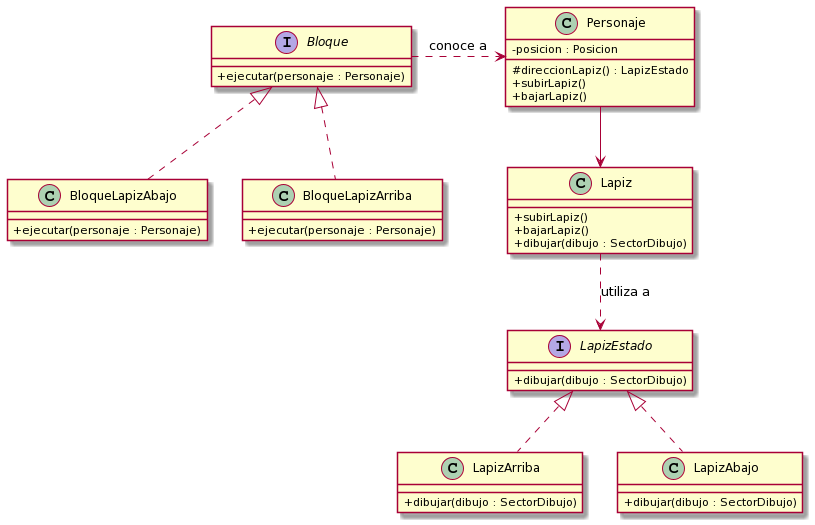
Earlier version of the PlantUML export diagramas_de_clase/entrega1_diagramadeclases_lapiz.png (LuisAraujo96/TP2). The source it was exported from:
```plantuml
@startuml
skinparam classAttributeIconSize 0

interface Bloque{
 +ejecutar(personaje : Personaje)
}

class BloqueLapizAbajo{
 +ejecutar(personaje : Personaje)
}

class BloqueLapizArriba{
 +ejecutar(personaje : Personaje)
}


class Personaje {
 -posicion : Posicion

 #direccionLapiz() : LapizEstado
 +subirLapiz()
 +bajarLapiz()
}

class Lapiz {
 +subirLapiz()
 +bajarLapiz()
 +dibujar(dibujo : SectorDibujo)
}

interface LapizEstado{
 +dibujar(dibujo : SectorDibujo)
}

class LapizArriba{
 +dibujar(dibujo : SectorDibujo)
}

class LapizAbajo{
 +dibujar(dibujo : SectorDibujo)
}



Bloque <|.. BloqueLapizAbajo
Bloque <|.. BloqueLapizArriba

Bloque .right.> Personaje : "conoce a"

Personaje -down-> Lapiz

Lapiz ..> LapizEstado : "utiliza a"

LapizEstado <|.. LapizArriba
LapizEstado <|.. LapizAbajo
@enduml
```
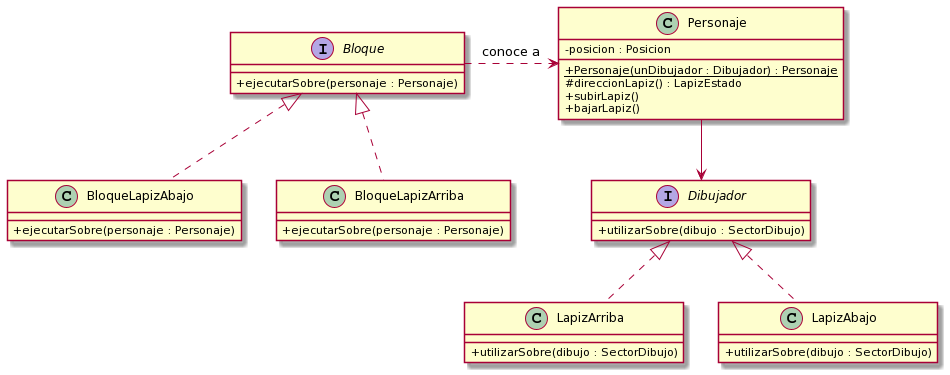
The same diagram one commit later.

Commit message:
fix: actualizacion de los diagramas de clases para la entrega 1

The edit, as a diff of the source:
```diff
@@ -2,55 +2,45 @@
 skinparam classAttributeIconSize 0
 
 interface Bloque{
- +ejecutar(personaje : Personaje)
+ +ejecutarSobre(personaje : Personaje)
 }
 
 class BloqueLapizAbajo{
- +ejecutar(personaje : Personaje)
+ +ejecutarSobre(personaje : Personaje)
 }
 
 class BloqueLapizArriba{
- +ejecutar(personaje : Personaje)
+ +ejecutarSobre(personaje : Personaje)
 }
-
 
 class Personaje {
  -posicion : Posicion
 
+ + {static} Personaje(unDibujador : Dibujador) : Personaje
  #direccionLapiz() : LapizEstado
  +subirLapiz()
  +bajarLapiz()
 }
 
-class Lapiz {
- +subirLapiz()
- +bajarLapiz()
- +dibujar(dibujo : SectorDibujo)
-}
-
-interface LapizEstado{
- +dibujar(dibujo : SectorDibujo)
+interface Dibujador{
+ +utilizarSobre(dibujo : SectorDibujo)
 }
 
 class LapizArriba{
- +dibujar(dibujo : SectorDibujo)
+ +utilizarSobre(dibujo : SectorDibujo)
 }
 
 class LapizAbajo{
- +dibujar(dibujo : SectorDibujo)
+ +utilizarSobre(dibujo : SectorDibujo)
 }
-
-
 
 Bloque <|.. BloqueLapizAbajo
 Bloque <|.. BloqueLapizArriba
 
 Bloque .right.> Personaje : "conoce a"
 
-Personaje -down-> Lapiz
+Personaje -down-> Dibujador
 
-Lapiz ..> LapizEstado : "utiliza a"
-
-LapizEstado <|.. LapizArriba
-LapizEstado <|.. LapizAbajo
+Dibujador <|.. LapizArriba
+Dibujador <|.. LapizAbajo
 @enduml
```
